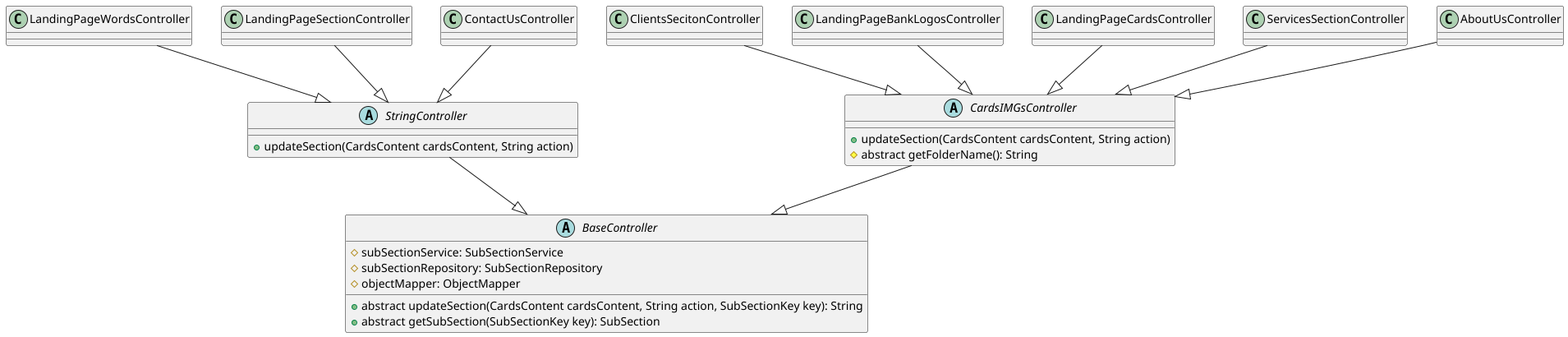
This is docs/uml/Controller-0.png from aamer867/el.waleed-api, a PlantUML export, as it was before one commit.
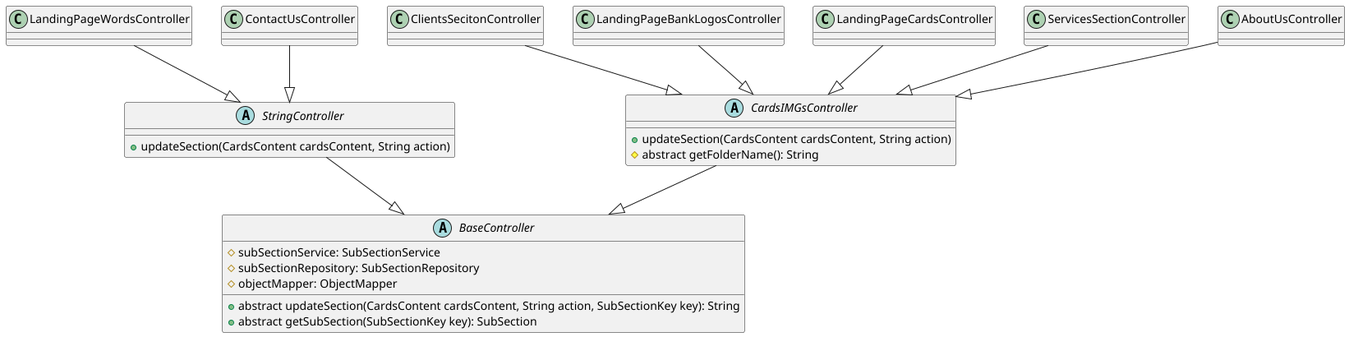
After the commit.

Change to the diagram source:
```diff
@@ -22,7 +22,6 @@
 CardsIMGsController --|> BaseController
 
 LandingPageWordsController --|> StringController
-LandingPageSectionController --|> StringController
 ContactUsController --|> StringController
 
 ClientsSecitonController --|> CardsIMGsController
```
